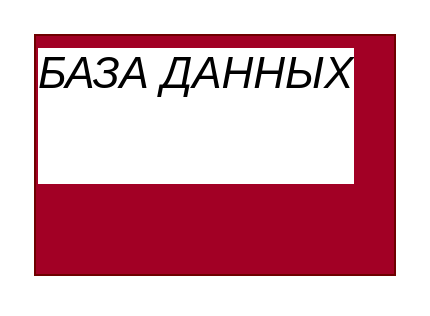
Before: page "таски" (3 of 4) of мебкух.drawio in User-cyber-new/mebkuch, a draw.io diagram. Source tidied: cells renumbered, new cells numbered last; positions are measured from the earlier drawing's top-left corner, leaving out a move shared by most shapes. Both pictures are drawn from the tidied source at 200%, with x=0, y=0 at pixel (34, 34).
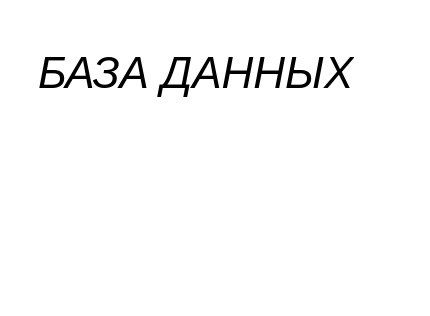
Above is the later version.

Diff of the diagram source:
```diff
@@
 <mxGraphModel>
   <root>
     <mxCell id="0" />
     <mxCell id="1" parent="0" />
-    <mxCell id="2" value="&lt;h1 style=&quot;margin-top: 0px;&quot;&gt;&lt;span style=&quot;color: light-dark(rgb(0, 0, 0), rgb(255, 255, 255)); font-weight: normal;&quot;&gt;&lt;i style=&quot;&quot;&gt;БАЗА ДАННЫХ&lt;br&gt;&lt;/i&gt;&lt;/span&gt;&lt;br&gt;&lt;/h1&gt;" style="text;html=1;whiteSpace=wrap;overflow=hidden;rounded=0;fontFamily=Helvetica;fontSize=11;fontColor=#ffffff;labelBackgroundColor=default;fillColor=#a20025;strokeColor=#6F0000;" parent="1" vertex="1">
+    <mxCell id="2" value="&lt;h1 style=&quot;margin-top: 0px;&quot;&gt;&lt;span style=&quot;color: light-dark(rgb(0, 0, 0), rgb(255, 255, 255)); font-weight: normal;&quot;&gt;&lt;i style=&quot;&quot;&gt;БАЗА ДАННЫХ&lt;br&gt;&lt;/i&gt;&lt;/span&gt;&lt;br&gt;&lt;/h1&gt;" style="text;html=1;whiteSpace=wrap;overflow=hidden;rounded=0;fontFamily=Helvetica;fontSize=11;labelBackgroundColor=default;" parent="1" vertex="1">
       <mxGeometry width="180" height="120" as="geometry" />
     </mxCell>
   </root>
 </mxGraphModel>
```
